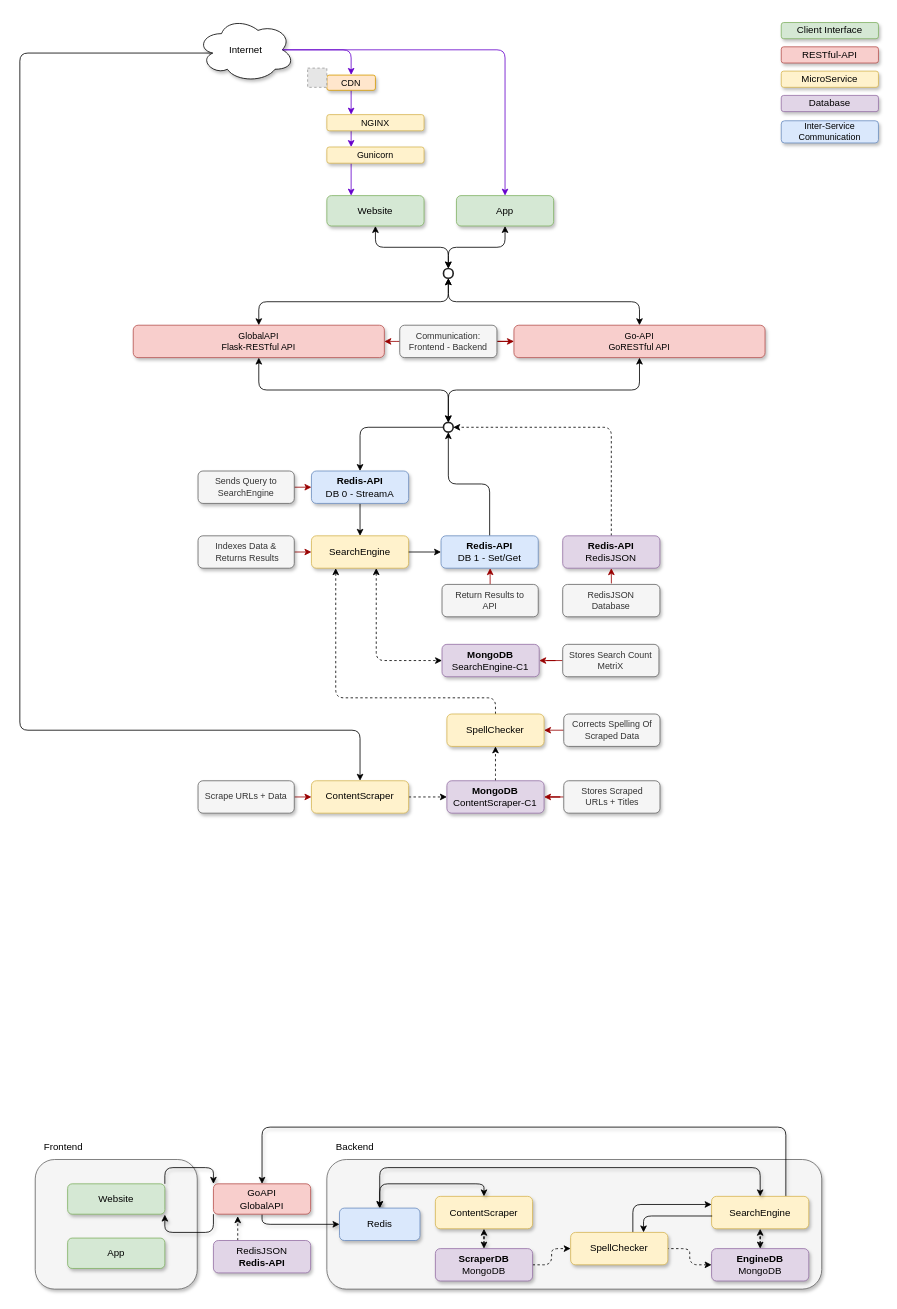
Above: Documentation/reSearch.drawio in AbdullahRehmat/reSearch (draw.io), before the change. Source tidied: cells renumbered, new cells numbered last; positions are measured from the earlier drawing's top-left corner, leaving out a move shared by most shapes. Both pictures are drawn from the tidied source at 81%, with x=0, y=0 at pixel (19, 17). Pictures stored in the file or linked from it are replaced by grey dashed boxes.
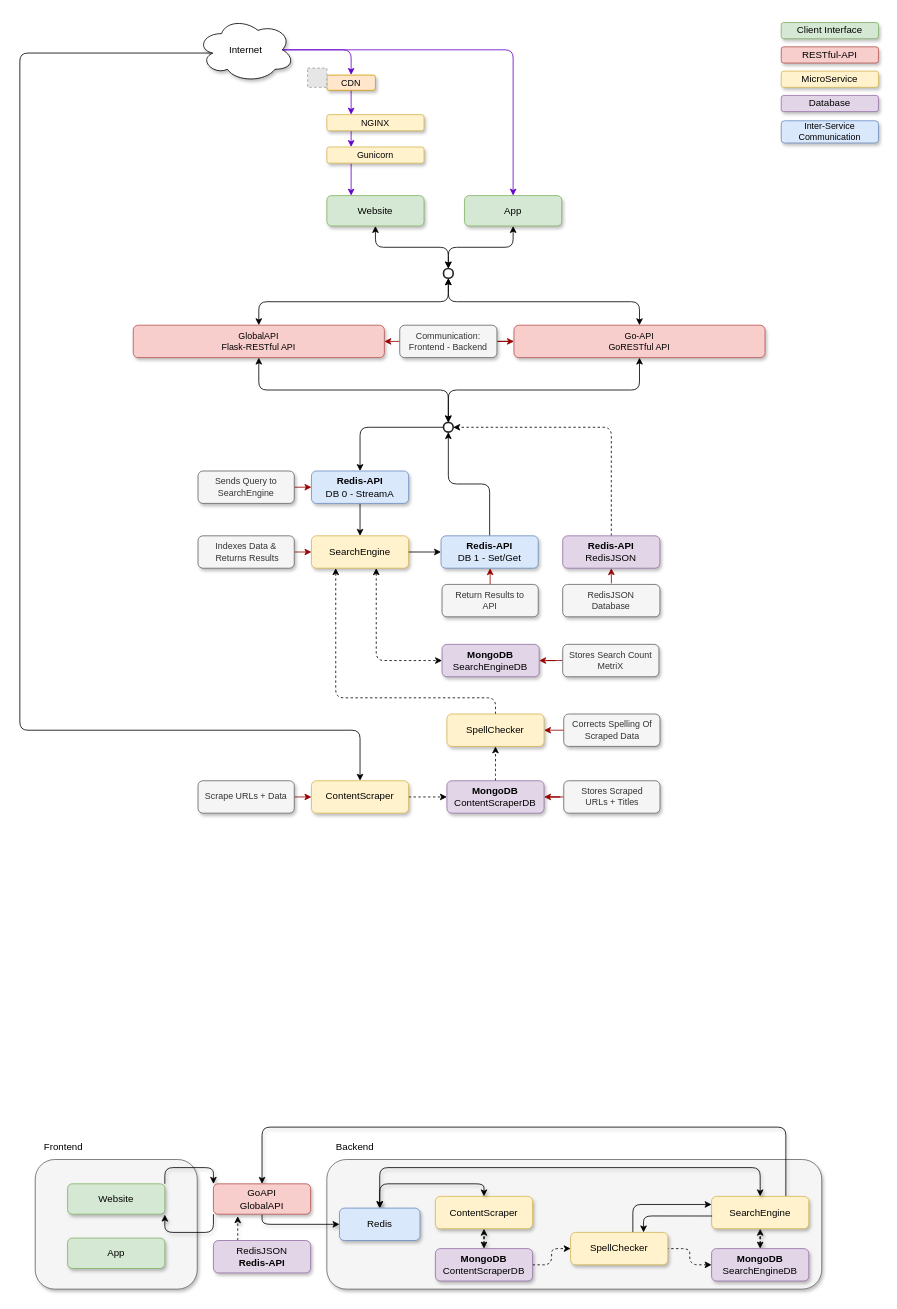
The same page after the edit.

Commit message (it also covers changes not shown here):
Updated Documentation To Reflect MongoDB Changes

Diff of the diagram source:
```diff
@@
-    <mxCell id="15" value="&lt;div&gt;&lt;div&gt;&lt;span style=&quot;background-color: initial;&quot;&gt;&lt;b&gt;MongoDB&lt;/b&gt;&lt;/span&gt;&lt;br&gt;&lt;/div&gt;&lt;/div&gt;&lt;div&gt;ContentScraper-C1&lt;/div&gt;" style="whiteSpace=wrap;html=1;fillColor=#e1d5e7;strokeColor=#9673a6;shadow=1;rounded=1;" parent="1" vertex="1">
+    <mxCell id="15" value="&lt;div&gt;&lt;div&gt;&lt;span style=&quot;background-color: initial;&quot;&gt;&lt;b&gt;MongoDB&lt;/b&gt;&lt;/span&gt;&lt;br&gt;&lt;/div&gt;&lt;/div&gt;&lt;div&gt;ContentScraperDB&lt;/div&gt;" style="whiteSpace=wrap;html=1;fillColor=#e1d5e7;strokeColor=#9673a6;shadow=1;rounded=1;" parent="1" vertex="1">
       <mxGeometry x="527.2" y="942.4" width="120" height="40" as="geometry" />
     </mxCell>
-    <mxCell id="16" value="&lt;div&gt;&lt;div&gt;&lt;b&gt;MongoDB&lt;/b&gt;&lt;/div&gt;&lt;/div&gt;&lt;div&gt;SearchEngine-C1&lt;/div&gt;" style="whiteSpace=wrap;html=1;fillColor=#e1d5e7;strokeColor=#9673a6;shadow=1;rounded=1;" parent="1" vertex="1">
+    <mxCell id="16" value="&lt;div&gt;&lt;div&gt;&lt;b&gt;MongoDB&lt;/b&gt;&lt;/div&gt;&lt;/div&gt;&lt;div&gt;SearchEngineDB&lt;/div&gt;" style="whiteSpace=wrap;html=1;fillColor=#e1d5e7;strokeColor=#9673a6;shadow=1;rounded=1;" parent="1" vertex="1">
       <mxGeometry x="521.2" y="774" width="120" height="40" as="geometry" />
     </mxCell>
@@
     <mxCell id="29" value="App" style="whiteSpace=wrap;html=1;fillColor=#d5e8d4;strokeColor=#82b366;shadow=1;rounded=1;" parent="1" vertex="1">
-      <mxGeometry x="539" y="220" width="120" height="37.5" as="geometry" />
+      <mxGeometry x="549" y="220" width="120" height="37.5" as="geometry" />
     </mxCell>
@@
-    <mxCell id="52" value="&lt;div&gt;&lt;div&gt;&lt;b&gt;EngineDB&lt;/b&gt;&lt;/div&gt;&lt;/div&gt;&lt;div&gt;MongoDB&lt;br&gt;&lt;/div&gt;" style="whiteSpace=wrap;html=1;fillColor=#e1d5e7;strokeColor=#9673a6;rounded=1;shadow=1;" parent="1" vertex="1">
+    <mxCell id="52" value="&lt;div&gt;&lt;div&gt;&lt;b&gt;MongoDB&lt;/b&gt;&lt;/div&gt;&lt;/div&gt;&lt;div&gt;SearchEngineDB&lt;/div&gt;" style="whiteSpace=wrap;html=1;fillColor=#e1d5e7;strokeColor=#9673a6;rounded=1;shadow=1;" parent="1" vertex="1">
       <mxGeometry x="854" y="1520" width="120" height="40" as="geometry" />
     </mxCell>
@@
-    <mxCell id="55" value="&lt;div&gt;&lt;div&gt;&lt;b&gt;ScraperDB&lt;/b&gt;&lt;br&gt;&lt;/div&gt;&lt;/div&gt;&lt;div&gt;MongoDB&lt;br&gt;&lt;/div&gt;" style="whiteSpace=wrap;html=1;fillColor=#e1d5e7;strokeColor=#9673a6;rounded=1;shadow=1;" parent="1" vertex="1">
+    <mxCell id="55" value="&lt;div&gt;&lt;div&gt;&lt;b&gt;MongoDB&lt;/b&gt;&lt;/div&gt;&lt;/div&gt;&lt;div&gt;ContentScraperDB&lt;/div&gt;" style="whiteSpace=wrap;html=1;fillColor=#e1d5e7;strokeColor=#9673a6;rounded=1;shadow=1;" parent="1" vertex="1">
       <mxGeometry x="513" y="1520" width="120" height="40" as="geometry" />
     </mxCell>
```
